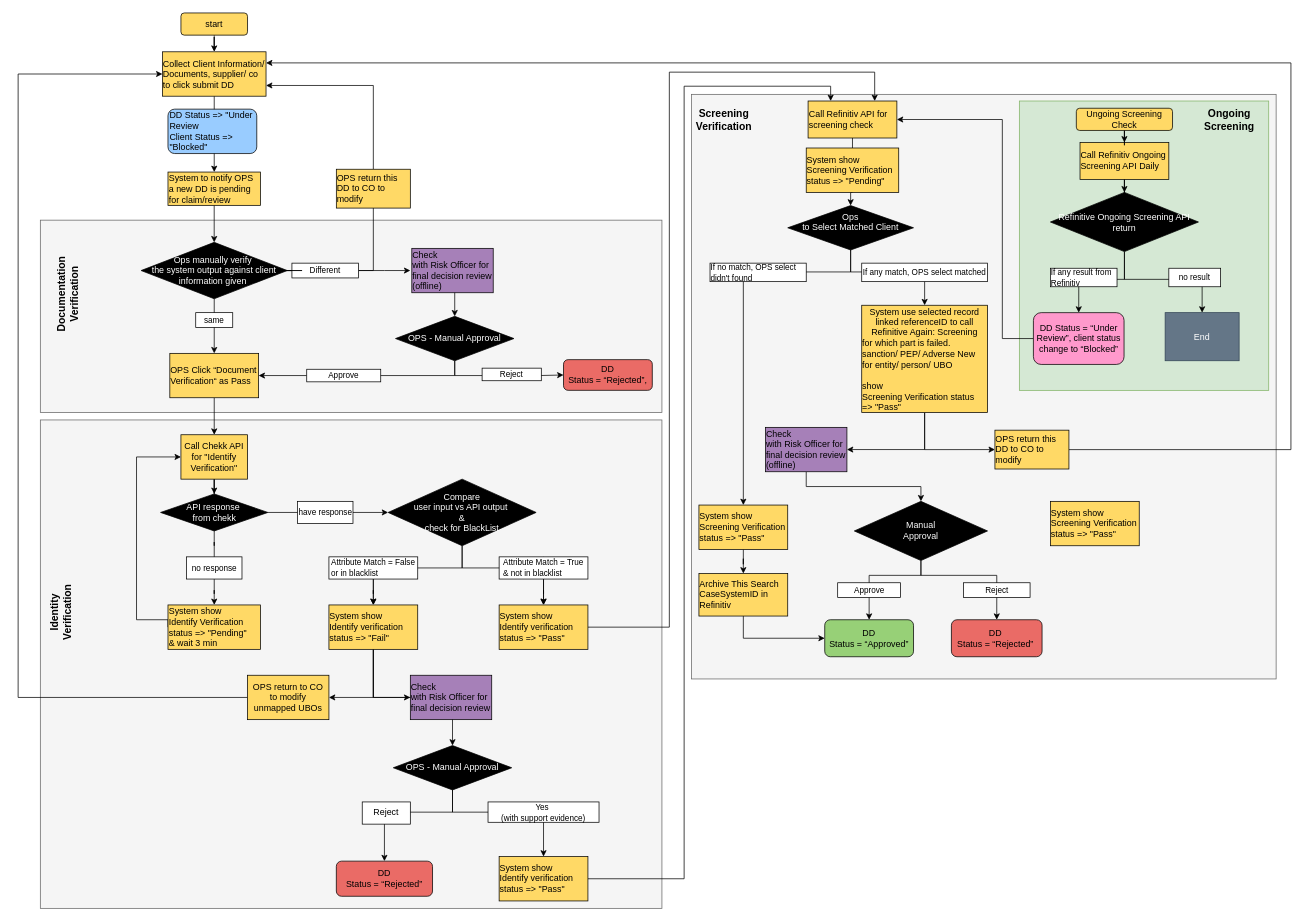
SeanXLChen/gitskills keeps this draw.io diagram as page "Page-1" (1 of 2) of dd structure.drawio. Above is the earlier version. Source tidied: cells renumbered, new cells numbered last; positions are measured from the earlier drawing's top-left corner, leaving out a move shared by most shapes. Both pictures are drawn from the tidied source at 74%, with x=0, y=0 at pixel (18, 13).
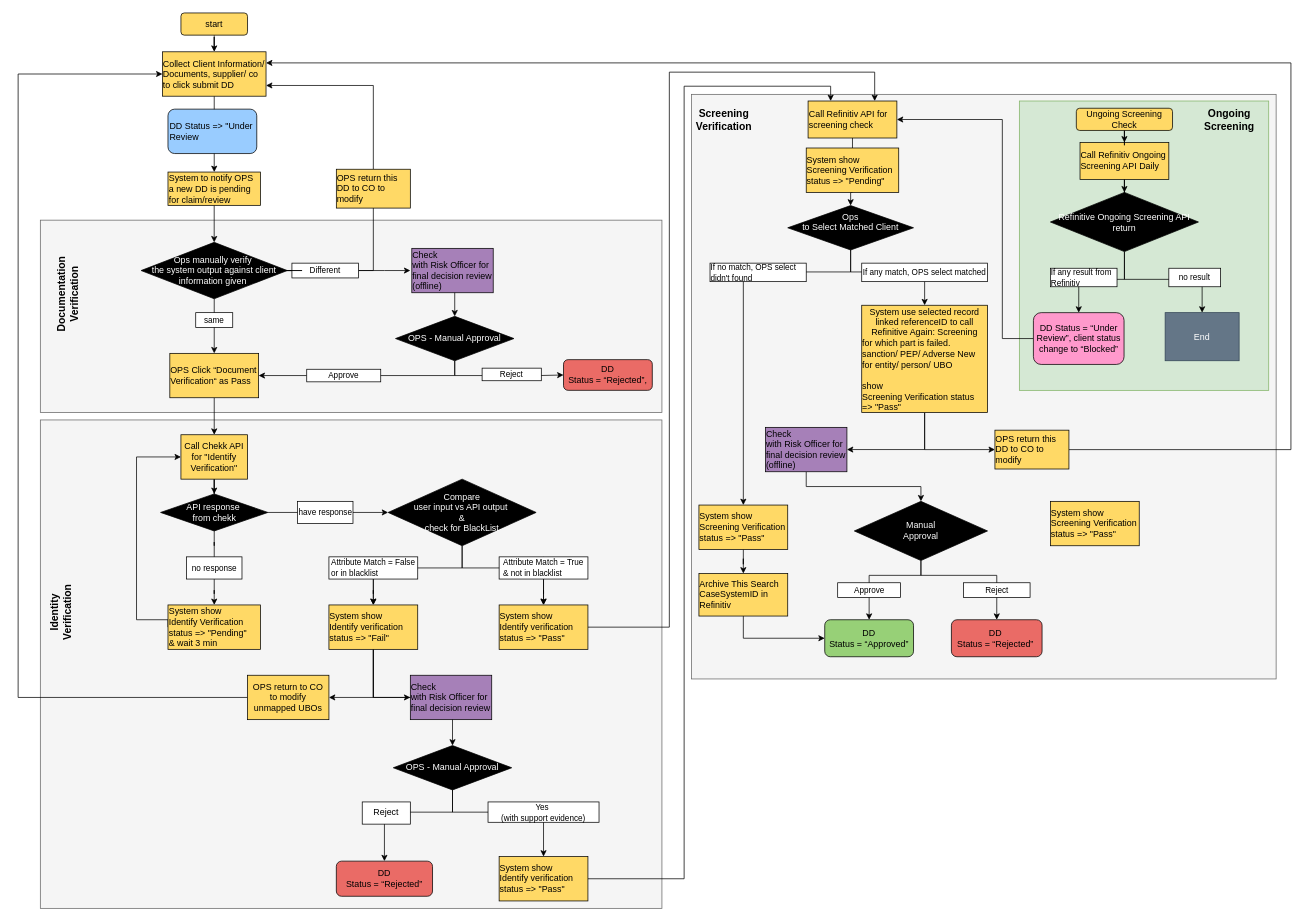
After the change.

Change to the diagram source:
```diff
@@
-    <mxCell id="92" value="&lt;p style=&quot;margin-top: 0pt ; margin-bottom: 0pt ; margin-left: 0in ; direction: ltr ; unicode-bidi: embed ; word-break: normal&quot;&gt;&lt;span style=&quot;font-family: &amp;#34;arial&amp;#34;&quot;&gt;DD&amp;nbsp;&lt;/span&gt;&lt;span style=&quot;font-family: &amp;#34;arial&amp;#34;&quot;&gt;Status =&amp;gt; &quot;Under Review&lt;/span&gt;&lt;/p&gt;&lt;p style=&quot;margin-top: 0pt ; margin-bottom: 0pt ; margin-left: 0in ; direction: ltr ; unicode-bidi: embed ; word-break: normal&quot;&gt;&lt;span style=&quot;font-family: &amp;#34;arial&amp;#34;&quot;&gt;Client Status =&amp;gt; &quot;Blocked&quot;&lt;/span&gt;&lt;span style=&quot;font-family: &amp;#34;arial&amp;#34;&quot;&gt;&lt;br&gt;&lt;/span&gt;&lt;/p&gt;" style="rounded=1;whiteSpace=wrap;html=1;strokeColor=#000000;fillColor=#99CCFF;align=left;" parent="1" vertex="1">
+    <mxCell id="92" value="&lt;p style=&quot;margin-top: 0pt ; margin-bottom: 0pt ; margin-left: 0in ; direction: ltr ; unicode-bidi: embed ; word-break: normal&quot;&gt;&lt;span style=&quot;font-family: &amp;#34;arial&amp;#34;&quot;&gt;DD&amp;nbsp;&lt;/span&gt;&lt;span style=&quot;font-family: &amp;#34;arial&amp;#34;&quot;&gt;Status =&amp;gt; &quot;Under Review&lt;/span&gt;&lt;/p&gt;" style="rounded=1;whiteSpace=wrap;html=1;strokeColor=#000000;fillColor=#99CCFF;align=left;" parent="1" vertex="1">
       <mxGeometry x="202.5" y="130" width="120" height="60" as="geometry" />
     </mxCell>
```
